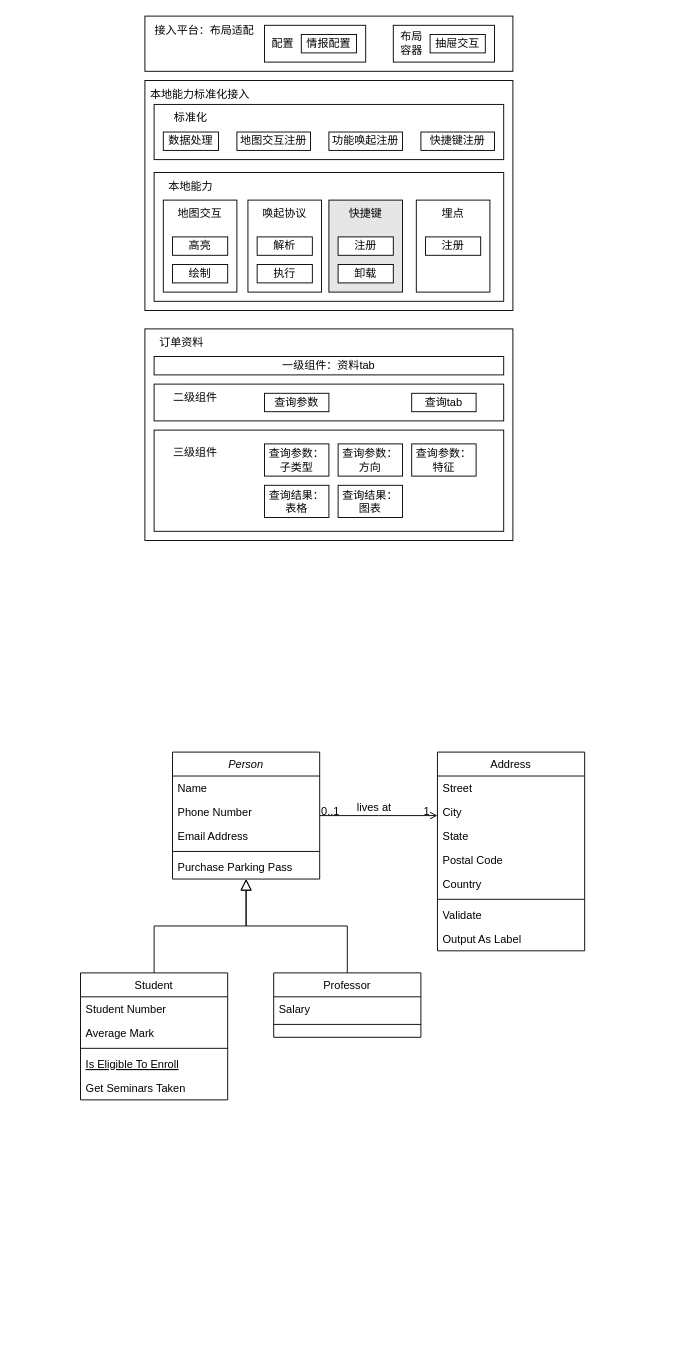
The draw.io diagram 通用订单资料设计.drawio in Rmttf/draw.io-diagrams, before the edit. Source tidied: cells renumbered, new cells numbered last; positions are measured from the earlier drawing's top-left corner, leaving out a move shared by most shapes. Both pictures are drawn from the tidied source at 92%, with x=0, y=0 at pixel (80, 16).
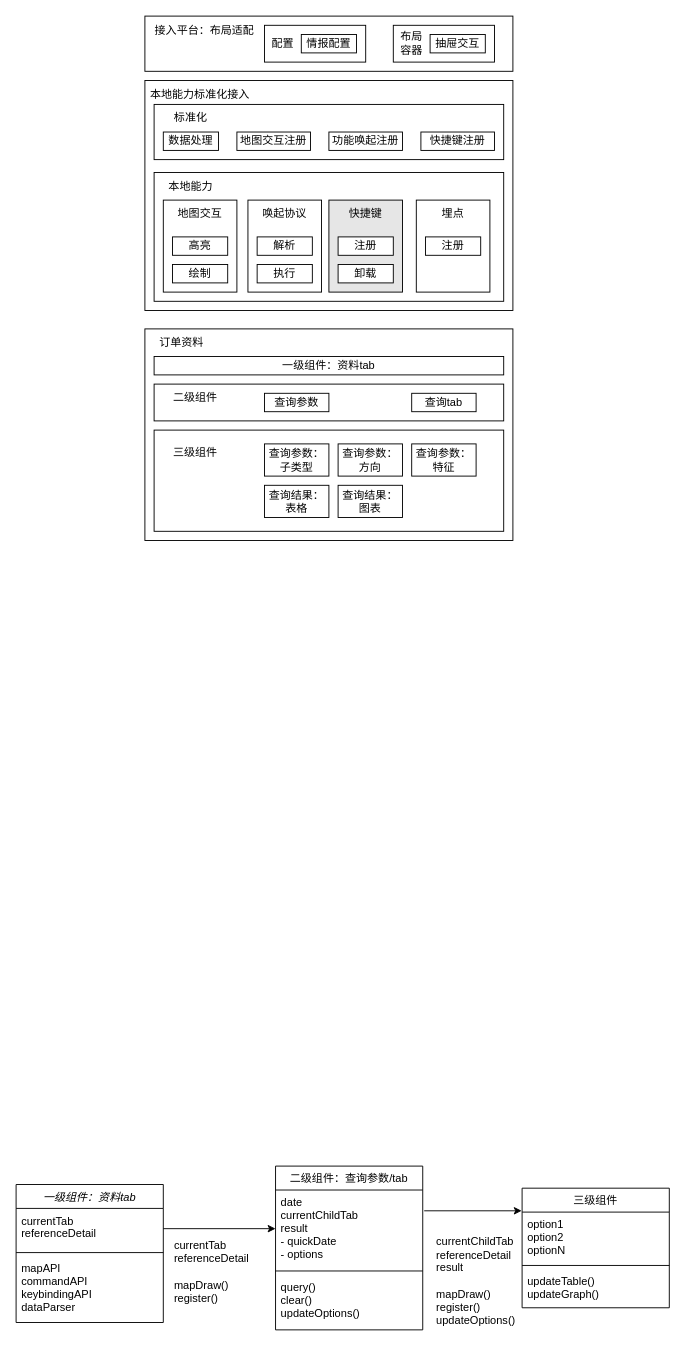
The same diagram, later.

Commit message:
更新通用订单资料设计数据流.drawio

What changed in the source:
```diff
@@
-    <mxCell id="2" value="Person" style="swimlane;fontStyle=2;align=center;verticalAlign=top;horizontal=1;startSize=26;rounded=0;shadow=0;strokeWidth=1;" parent="1" vertex="1">
-      <mxGeometry x="100" y="800" width="160" height="138" as="geometry" />
-    </mxCell>
-    <mxCell id="3" value="Name" style="text;align=left;verticalAlign=top;spacingLeft=4;spacingRight=4;overflow=hidden;" parent="2" vertex="1">
-      <mxGeometry y="26" width="160" height="26" as="geometry" />
-    </mxCell>
-    <mxCell id="4" value="Phone Number" style="text;align=left;verticalAlign=top;spacingLeft=4;spacingRight=4;overflow=hidden;rounded=0;shadow=0;html=0;" parent="2" vertex="1">
-      <mxGeometry y="52" width="160" height="26" as="geometry" />
-    </mxCell>
-    <mxCell id="5" value="Email Address" style="text;align=left;verticalAlign=top;spacingLeft=4;spacingRight=4;overflow=hidden;rounded=0;shadow=0;html=0;" parent="2" vertex="1">
-      <mxGeometry y="78" width="160" height="26" as="geometry" />
-    </mxCell>
-    <mxCell id="6" style="line;html=1;strokeWidth=1;align=left;verticalAlign=middle;spacingTop=-1;spacingLeft=3;spacingRight=3;labelPosition=right;" parent="2" vertex="1">
-      <mxGeometry y="104" width="160" height="8" as="geometry" />
-    </mxCell>
-    <mxCell id="7" value="Purchase Parking Pass" style="text;align=left;verticalAlign=top;spacingLeft=4;spacingRight=4;overflow=hidden;" parent="2" vertex="1">
-      <mxGeometry y="112" width="160" height="26" as="geometry" />
-    </mxCell>
-    <mxCell id="8" value="Student" style="swimlane;fontStyle=0;align=center;verticalAlign=top;horizontal=1;startSize=26;rounded=0;shadow=0;strokeWidth=1;" parent="1" vertex="1">
-      <mxGeometry y="1040" width="160" height="138" as="geometry" />
-    </mxCell>
-    <mxCell id="9" value="Student Number" style="text;align=left;verticalAlign=top;spacingLeft=4;spacingRight=4;overflow=hidden;" parent="8" vertex="1">
-      <mxGeometry y="26" width="160" height="26" as="geometry" />
-    </mxCell>
-    <mxCell id="10" value="Average Mark" style="text;align=left;verticalAlign=top;spacingLeft=4;spacingRight=4;overflow=hidden;rounded=0;shadow=0;html=0;" parent="8" vertex="1">
-      <mxGeometry y="52" width="160" height="26" as="geometry" />
-    </mxCell>
-    <mxCell id="11" style="line;html=1;strokeWidth=1;align=left;verticalAlign=middle;spacingTop=-1;spacingLeft=3;spacingRight=3;labelPosition=right;" parent="8" vertex="1">
-      <mxGeometry y="78" width="160" height="8" as="geometry" />
-    </mxCell>
-    <mxCell id="12" value="Is Eligible To Enroll" style="text;align=left;verticalAlign=top;spacingLeft=4;spacingRight=4;overflow=hidden;fontStyle=4;" parent="8" vertex="1">
-      <mxGeometry y="86" width="160" height="26" as="geometry" />
-    </mxCell>
-    <mxCell id="13" value="Get Seminars Taken" style="text;align=left;verticalAlign=top;spacingLeft=4;spacingRight=4;overflow=hidden;" parent="8" vertex="1">
-      <mxGeometry y="112" width="160" height="26" as="geometry" />
-    </mxCell>
-    <mxCell id="14" style="endArrow=block;endSize=10;endFill=0;shadow=0;strokeWidth=1;rounded=0;curved=0;edgeStyle=elbowEdgeStyle;elbow=vertical;" parent="1" edge="1" source="8" target="2">
-      <mxGeometry relative="1" as="geometry" />
-    </mxCell>
-    <mxCell id="15" value="Professor" style="swimlane;fontStyle=0;align=center;verticalAlign=top;horizontal=1;startSize=26;rounded=0;shadow=0;strokeWidth=1;" parent="1" vertex="1">
-      <mxGeometry x="210" y="1040" width="160" height="70" as="geometry" />
-    </mxCell>
-    <mxCell id="16" value="Salary" style="text;align=left;verticalAlign=top;spacingLeft=4;spacingRight=4;overflow=hidden;" parent="15" vertex="1">
-      <mxGeometry y="26" width="160" height="26" as="geometry" />
-    </mxCell>
-    <mxCell id="17" style="line;html=1;strokeWidth=1;align=left;verticalAlign=middle;spacingTop=-1;spacingLeft=3;spacingRight=3;labelPosition=right;" parent="15" vertex="1">
-      <mxGeometry y="52" width="160" height="8" as="geometry" />
-    </mxCell>
-    <mxCell id="18" style="endArrow=block;endSize=10;endFill=0;shadow=0;strokeWidth=1;rounded=0;curved=0;edgeStyle=elbowEdgeStyle;elbow=vertical;" parent="1" edge="1" source="15" target="2">
-      <mxGeometry relative="1" as="geometry" />
-    </mxCell>
-    <mxCell id="19" value="Address" style="swimlane;fontStyle=0;align=center;verticalAlign=top;horizontal=1;startSize=26;rounded=0;shadow=0;strokeWidth=1;" parent="1" vertex="1">
-      <mxGeometry x="388" y="800" width="160" height="216" as="geometry" />
-    </mxCell>
-    <mxCell id="20" value="Street" style="text;align=left;verticalAlign=top;spacingLeft=4;spacingRight=4;overflow=hidden;" parent="19" vertex="1">
-      <mxGeometry y="26" width="160" height="26" as="geometry" />
-    </mxCell>
-    <mxCell id="21" value="City" style="text;align=left;verticalAlign=top;spacingLeft=4;spacingRight=4;overflow=hidden;rounded=0;shadow=0;html=0;" parent="19" vertex="1">
-      <mxGeometry y="52" width="160" height="26" as="geometry" />
-    </mxCell>
-    <mxCell id="22" value="State" style="text;align=left;verticalAlign=top;spacingLeft=4;spacingRight=4;overflow=hidden;rounded=0;shadow=0;html=0;" parent="19" vertex="1">
-      <mxGeometry y="78" width="160" height="26" as="geometry" />
-    </mxCell>
-    <mxCell id="23" value="Postal Code" style="text;align=left;verticalAlign=top;spacingLeft=4;spacingRight=4;overflow=hidden;rounded=0;shadow=0;html=0;" parent="19" vertex="1">
-      <mxGeometry y="104" width="160" height="26" as="geometry" />
-    </mxCell>
-    <mxCell id="24" value="Country" style="text;align=left;verticalAlign=top;spacingLeft=4;spacingRight=4;overflow=hidden;rounded=0;shadow=0;html=0;" parent="19" vertex="1">
-      <mxGeometry y="130" width="160" height="26" as="geometry" />
-    </mxCell>
-    <mxCell id="25" style="line;html=1;strokeWidth=1;align=left;verticalAlign=middle;spacingTop=-1;spacingLeft=3;spacingRight=3;labelPosition=right;" parent="19" vertex="1">
-      <mxGeometry y="156" width="160" height="8" as="geometry" />
-    </mxCell>
-    <mxCell id="26" value="Validate" style="text;align=left;verticalAlign=top;spacingLeft=4;spacingRight=4;overflow=hidden;" parent="19" vertex="1">
-      <mxGeometry y="164" width="160" height="26" as="geometry" />
-    </mxCell>
-    <mxCell id="27" value="Output As Label" style="text;align=left;verticalAlign=top;spacingLeft=4;spacingRight=4;overflow=hidden;" parent="19" vertex="1">
-      <mxGeometry y="190" width="160" height="26" as="geometry" />
-    </mxCell>
-    <mxCell id="28" style="endArrow=open;shadow=0;strokeWidth=1;rounded=0;curved=0;endFill=1;edgeStyle=elbowEdgeStyle;elbow=vertical;" parent="1" edge="1" source="2" target="19">
-      <mxGeometry x="0.5" y="41" relative="1" as="geometry">
-        <mxPoint x="-40" y="32" as="offset" />
-      </mxGeometry>
-    </mxCell>
-    <mxCell id="29" value="0..1" style="align=left;verticalAlign=bottom;labelBackgroundColor=none;fontSize=12;" parent="28" vertex="1">
-      <mxGeometry x="-1" relative="1" as="geometry">
-        <mxPoint y="4" as="offset" />
-      </mxGeometry>
-    </mxCell>
-    <mxCell id="30" value="1" style="align=right;verticalAlign=bottom;labelBackgroundColor=none;fontSize=12;" parent="28" vertex="1">
-      <mxGeometry x="1" relative="1" as="geometry">
-        <mxPoint x="-7" y="4" as="offset" />
-      </mxGeometry>
-    </mxCell>
-    <mxCell id="31" value="lives at" style="text;html=1;align=center;verticalAlign=middle;labelBackgroundColor=none;rounded=0;shadow=0;strokeWidth=1;fontSize=12;" parent="28" vertex="1">
-      <mxGeometry x="0.5" y="49" relative="1" as="geometry">
-        <mxPoint x="-38" y="40" as="offset" />
-      </mxGeometry>
-    </mxCell>
@@
+    <mxCell id="79" value="一级组件：资料tab" style="swimlane;fontStyle=2;align=center;verticalAlign=top;horizontal=1;startSize=26;rounded=0;shadow=0;strokeWidth=1;" parent="1" vertex="1">
+      <mxGeometry x="-70" y="1270" width="160" height="150" as="geometry" />
+    </mxCell>
+    <mxCell id="80" value="currentTab&#10;referenceDetail" style="text;align=left;verticalAlign=top;spacingLeft=4;spacingRight=4;overflow=hidden;points=[[0,0.5],[1,0.5]];portConstraint=eastwest;" parent="79" vertex="1">
+      <mxGeometry y="26" width="160" height="44" as="geometry" />
+    </mxCell>
+    <mxCell id="81" style="line;html=1;strokeWidth=1;align=left;verticalAlign=middle;spacingTop=-1;spacingLeft=3;spacingRight=3;labelPosition=right;" parent="79" vertex="1">
+      <mxGeometry y="70" width="160" height="8" as="geometry" />
+    </mxCell>
+    <mxCell id="82" value="mapAPI&#10;commandAPI&#10;keybindingAPI&#10;dataParser" style="text;align=left;verticalAlign=top;spacingLeft=4;spacingRight=4;overflow=hidden;" parent="79" vertex="1">
+      <mxGeometry y="78" width="160" height="72" as="geometry" />
+    </mxCell>
+    <mxCell id="83" style="edgeStyle=orthogonalEdgeStyle;rounded=0;jettySize=auto;html=1;entryX=-0.003;entryY=-0.026;entryDx=0;entryDy=0;entryPerimeter=0;exitX=1.01;exitY=0.269;exitDx=0;exitDy=0;exitPerimeter=0;" parent="1" edge="1" source="85" target="89">
+      <mxGeometry relative="1" as="geometry" />
+    </mxCell>
+    <mxCell id="84" value="二级组件：查询参数/tab" style="swimlane;fontStyle=0;align=center;verticalAlign=top;horizontal=1;startSize=26;rounded=0;shadow=0;strokeWidth=1;" parent="1" vertex="1">
+      <mxGeometry x="212" y="1250" width="160" height="178" as="geometry" />
+    </mxCell>
+    <mxCell id="85" value="date&#10;currentChildTab&#10;result&#10;- quickDate&#10;- options" style="text;align=left;verticalAlign=top;spacingLeft=4;spacingRight=4;overflow=hidden;points=[[0,0.5],[1,0.5]];portConstraint=eastwest;" parent="84" vertex="1">
+      <mxGeometry y="26" width="160" height="84" as="geometry" />
+    </mxCell>
+    <mxCell id="86" style="line;html=1;strokeWidth=1;align=left;verticalAlign=middle;spacingTop=-1;spacingLeft=3;spacingRight=3;labelPosition=right;" parent="84" vertex="1">
+      <mxGeometry y="110" width="160" height="8" as="geometry" />
+    </mxCell>
+    <mxCell id="87" value="query()&#10;clear()&#10;updateOptions()" style="text;align=left;verticalAlign=top;spacingLeft=4;spacingRight=4;overflow=hidden;fontStyle=0;" parent="84" vertex="1">
+      <mxGeometry y="118" width="160" height="60" as="geometry" />
+    </mxCell>
+    <mxCell id="88" value="三级组件" style="swimlane;fontStyle=0;align=center;verticalAlign=top;horizontal=1;startSize=26;rounded=0;shadow=0;strokeWidth=1;" parent="1" vertex="1">
+      <mxGeometry x="480" y="1274" width="160" height="130" as="geometry" />
+    </mxCell>
+    <mxCell id="89" value="option1&#10;option2&#10;optionN" style="text;align=left;verticalAlign=top;spacingLeft=4;spacingRight=4;overflow=hidden;points=[[0,0.5],[1,0.5]];portConstraint=eastwest;" parent="88" vertex="1">
+      <mxGeometry y="26" width="160" height="54" as="geometry" />
+    </mxCell>
+    <mxCell id="90" style="line;html=1;strokeWidth=1;align=left;verticalAlign=middle;spacingTop=-1;spacingLeft=3;spacingRight=3;labelPosition=right;" parent="88" vertex="1">
+      <mxGeometry y="80" width="160" height="8" as="geometry" />
+    </mxCell>
+    <mxCell id="91" value="updateTable()&#10;updateGraph()" style="text;align=left;verticalAlign=top;spacingLeft=4;spacingRight=4;overflow=hidden;" parent="88" vertex="1">
+      <mxGeometry y="88" width="160" height="42" as="geometry" />
+    </mxCell>
+    <mxCell id="92" style="edgeStyle=orthogonalEdgeStyle;rounded=0;jettySize=auto;html=1;entryX=0;entryY=0.5;entryDx=0;entryDy=0;" parent="1" edge="1" source="80" target="85">
+      <mxGeometry relative="1" as="geometry" />
+    </mxCell>
+    <mxCell id="93" value="currentTab&lt;br&gt;referenceDetail&lt;div&gt;&lt;br&gt;&lt;div&gt;&lt;span style=&quot;background-color: initial;&quot;&gt;mapDraw()&lt;/span&gt;&lt;/div&gt;&lt;div&gt;&lt;span style=&quot;background-color: initial;&quot;&gt;register()&lt;/span&gt;&lt;/div&gt;&lt;/div&gt;" style="text;html=1;align=left;verticalAlign=middle;whiteSpace=wrap;rounded=0;" parent="1" vertex="1">
+      <mxGeometry x="100" y="1350" width="60" height="30" as="geometry" />
+    </mxCell>
+    <mxCell id="94" value="current&lt;span style=&quot;text-wrap: nowrap;&quot;&gt;Child&lt;/span&gt;Tab&lt;br&gt;referenceDetail&lt;div&gt;result&lt;br&gt;&lt;div&gt;&lt;br&gt;&lt;div&gt;&lt;span style=&quot;background-color: initial;&quot;&gt;mapDraw()&lt;/span&gt;&lt;/div&gt;&lt;div&gt;&lt;span style=&quot;background-color: initial;&quot;&gt;register()&lt;br&gt;updateOptions()&lt;/span&gt;&lt;/div&gt;&lt;/div&gt;&lt;/div&gt;" style="text;html=1;align=left;verticalAlign=middle;whiteSpace=wrap;rounded=0;" parent="1" vertex="1">
+      <mxGeometry x="385" y="1360" width="60" height="30" as="geometry" />
+    </mxCell>
```
